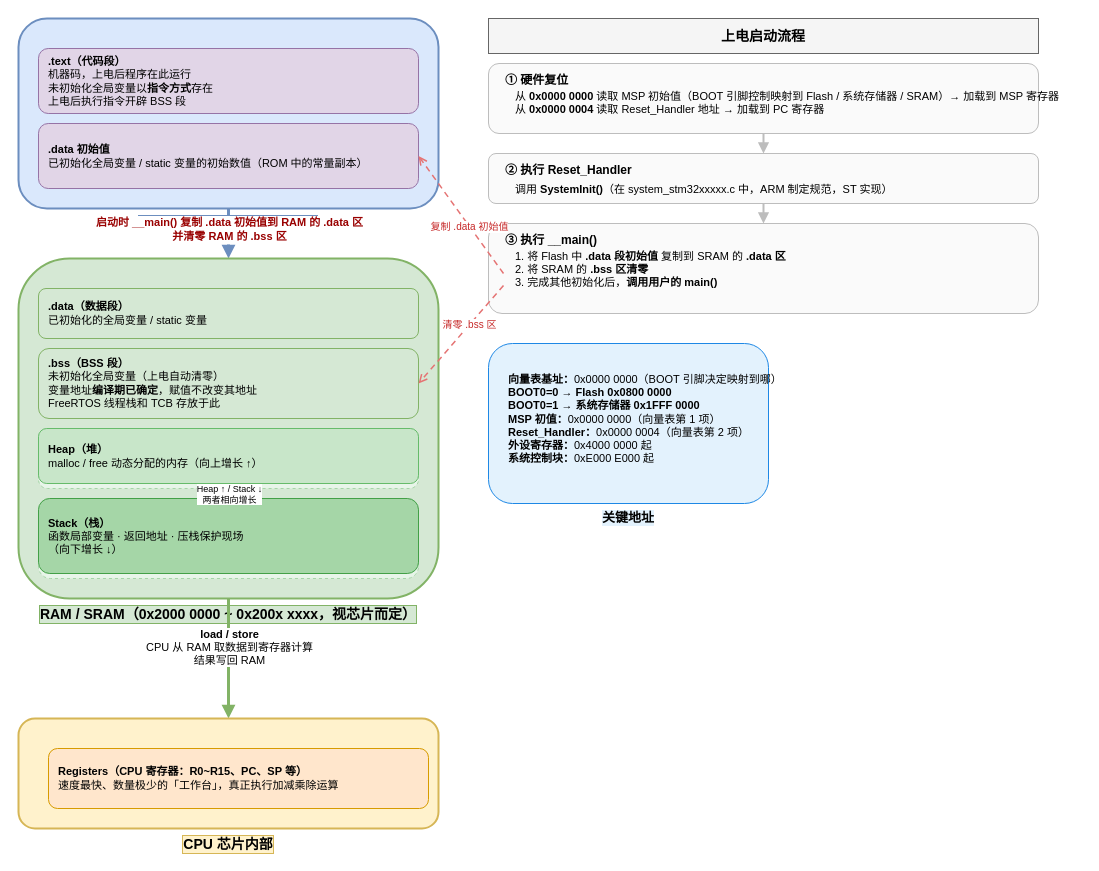
Before: 术中自有万钟粟/Cortex-M4内核原理/arm_mcu内存划分.drawio in evil0knight/Basic_learning_record, a draw.io diagram. Source tidied: cells renumbered, new cells numbered last; positions are measured from the earlier drawing's top-left corner, leaving out a move shared by most shapes. Both pictures are drawn from the tidied source at 100%, with x=0, y=0 at pixel (18, 18).
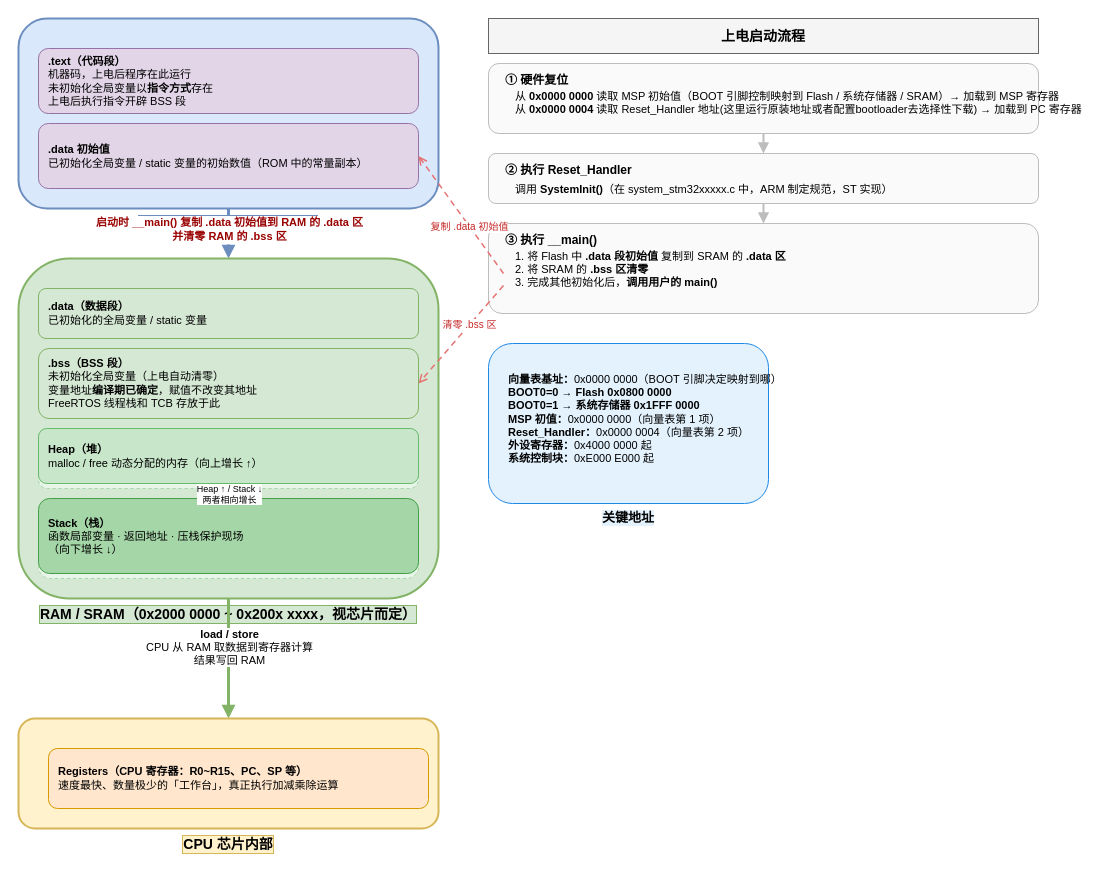
After the change.

Commit message:
更新arm_mcu内存划分.drawio

Diff of the diagram source:
```diff
@@
-    <mxCell id="23" value="从 &lt;b&gt;0x0000 0000&lt;/b&gt; 读取 MSP 初始值（BOOT 引脚控制映射到 Flash / 系统存储器 / SRAM）→ 加载到 MSP 寄存器&lt;br&gt;从 &lt;b&gt;0x0000 0004&lt;/b&gt; 读取 Reset_Handler 地址 → 加载到 PC 寄存器" style="text;html=1;fontSize=11;fillColor=none;strokeColor=none;align=left;spacingLeft=10;" parent="1" vertex="1">
+    <mxCell id="23" value="从 &lt;b&gt;0x0000 0000&lt;/b&gt; 读取 MSP 初始值（BOOT 引脚控制映射到 Flash / 系统存储器 / SRAM）→ 加载到 MSP 寄存器&lt;br&gt;从 &lt;b&gt;0x0000 0004&lt;/b&gt; 读取 Reset_Handler 地址(这里运行原装地址或者配置bootloader去选择性下载) → 加载到 PC 寄存器" style="text;html=1;fontSize=11;fillColor=none;strokeColor=none;align=left;spacingLeft=10;" parent="1" vertex="1">
       <mxGeometry x="485" y="65" width="520" height="40" as="geometry" />
     </mxCell>
```
